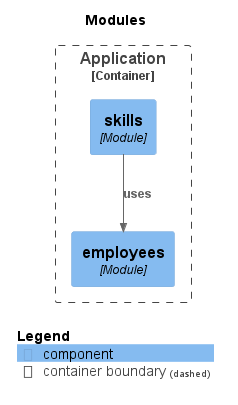
Before: artifacts/posts/images/spring-modulith-c4.png, a diagram exported from PlantUML (vicziani/vicziani.github.com). Source of this version:
```plantuml
@startuml
title Modules

top to bottom direction

!include https://raw.githubusercontent.com/plantuml-stdlib/C4-PlantUML/master/C4.puml
!include https://raw.githubusercontent.com/plantuml-stdlib/C4-PlantUML/master/C4_Context.puml
!include https://raw.githubusercontent.com/plantuml-stdlib/C4-PlantUML/master/C4_Component.puml

Container_Boundary("Modulith.Application_boundary", "Application") {
  Component(Modulith.Application.skills, "skills", "Module", "", $tags="")
  Component(Modulith.Application.employees, "employees", "Module", "", $tags="")
}

Rel_D(Modulith.Application.skills, Modulith.Application.employees, "uses", $tags="")

SHOW_LEGEND()
@enduml
```
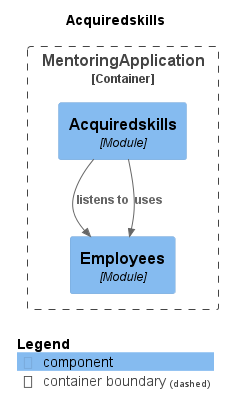
The same diagram one commit later.

Commit message:
Események a Spring Modulithban poszt

The edit, as a diff of the source:
```diff
@@ -1,18 +1,20 @@
 @startuml
-title Modules
+set separator none
+title Acquiredskills
 
 top to bottom direction
 
-!include https://raw.githubusercontent.com/plantuml-stdlib/C4-PlantUML/master/C4.puml
-!include https://raw.githubusercontent.com/plantuml-stdlib/C4-PlantUML/master/C4_Context.puml
-!include https://raw.githubusercontent.com/plantuml-stdlib/C4-PlantUML/master/C4_Component.puml
+!include <C4/C4>
+!include <C4/C4_Context>
+!include <C4/C4_Component>
 
-Container_Boundary("Modulith.Application_boundary", "Application") {
-  Component(Modulith.Application.skills, "skills", "Module", "", $tags="")
-  Component(Modulith.Application.employees, "employees", "Module", "", $tags="")
+Container_Boundary("MentoringApplication.MentoringApplication_boundary", "MentoringApplication", $tags="") {
+  Component(MentoringApplication.MentoringApplication.Employees, "Employees", $techn="Module", $descr="", $tags="", $link="")
+  Component(MentoringApplication.MentoringApplication.Acquiredskills, "Acquiredskills", $techn="Module", $descr="", $tags="", $link="")
 }
 
-Rel_D(Modulith.Application.skills, Modulith.Application.employees, "uses", $tags="")
+Rel(MentoringApplication.MentoringApplication.Acquiredskills, MentoringApplication.MentoringApplication.Employees, "listens to", $techn="", $tags="", $link="")
+Rel(MentoringApplication.MentoringApplication.Acquiredskills, MentoringApplication.MentoringApplication.Employees, "uses", $techn="", $tags="", $link="")
 
-SHOW_LEGEND()
+SHOW_LEGEND(true)
 @enduml
```
